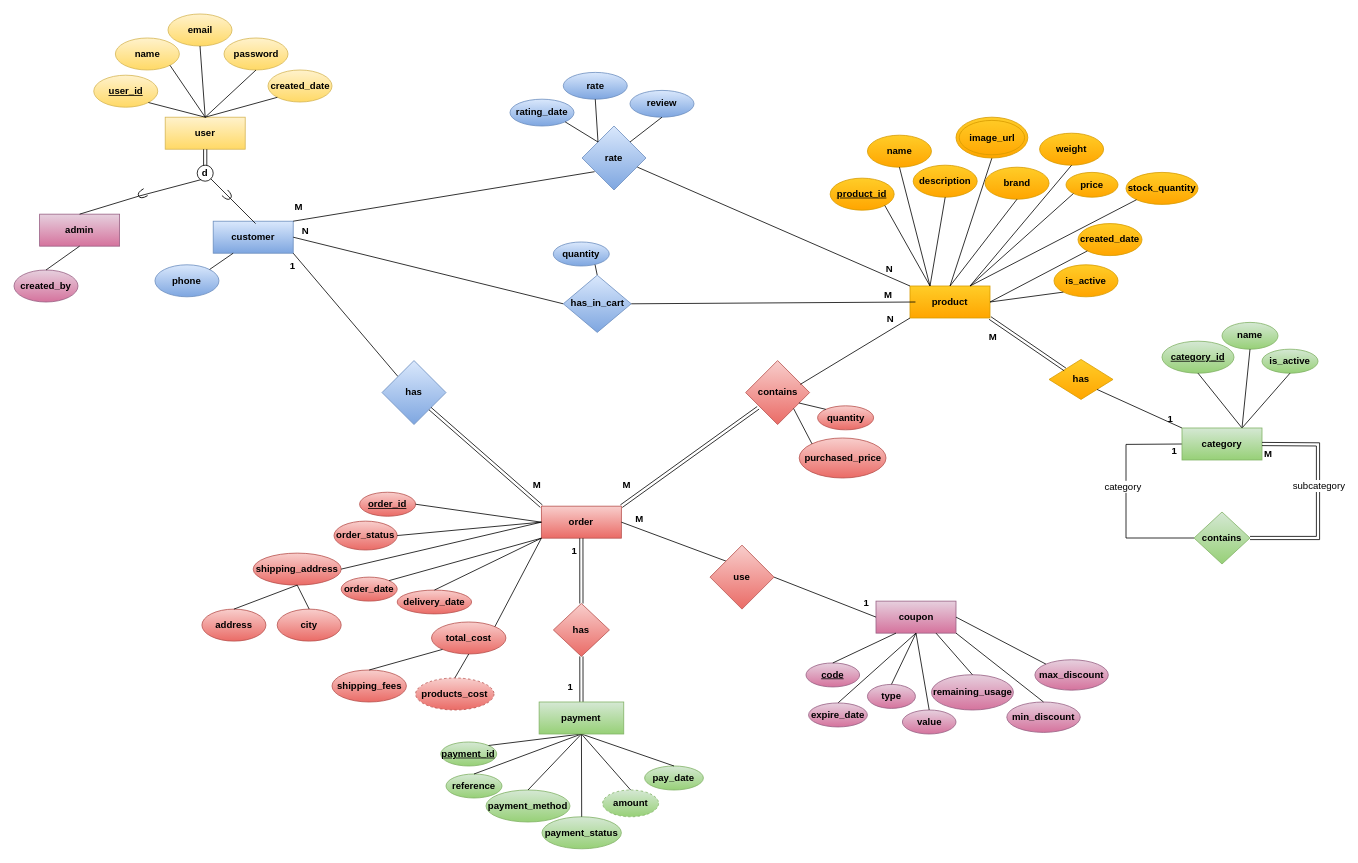
Before: Online Store EERD.drawio in KerollosRady/Online-Store-Database, a draw.io diagram. Source tidied: cells renumbered, new cells numbered last; positions are measured from the earlier drawing's top-left corner, leaving out a move shared by most shapes. Both pictures are drawn from the tidied source at 80%, with x=0, y=0 at pixel (14, 14).
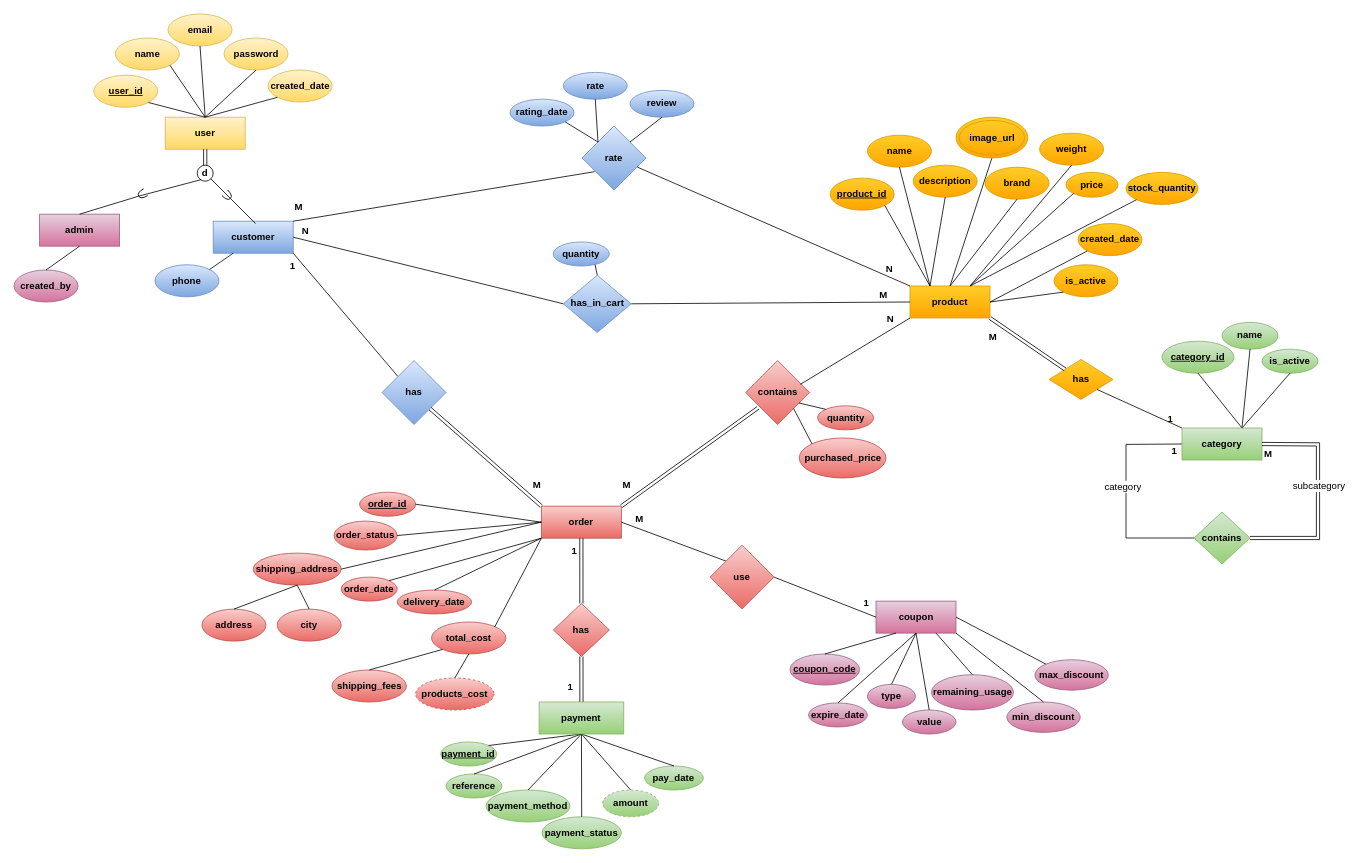
The same page after the edit.

Unchanged cells that the change refers to:
```xml
<mxCell id="11" value="product" style="rounded=0;whiteSpace=wrap;html=1;fontStyle=1;fillColor=#ffcd28;strokeColor=#d79b00;gradientColor=#ffa500;" parent="1" vertex="1">
  <mxGeometry x="1120" y="340" width="100" height="40" as="geometry" />
</mxCell>
<mxCell id="153" value="has_in_cart" style="rhombus;whiteSpace=wrap;html=1;fontStyle=1;fillColor=#dae8fc;gradientColor=#7ea6e0;strokeColor=#6c8ebf;" parent="1" vertex="1">
  <mxGeometry x="686.6" y="326.5" width="84.9" height="71.5" as="geometry" />
</mxCell>
```

Change to the diagram source:
```diff
@@
-    <mxCell id="36" style="endArrow=none;html=1;rounded=0;exitX=1;exitY=0.5;exitDx=0;exitDy=0;entryX=0;entryY=0.5;entryDx=0;entryDy=0;fontStyle=1;" parent="1" edge="1" source="153">
-      <mxGeometry relative="1" as="geometry">
-        <mxPoint x="1126.8" y="360" as="targetPoint" />
-      </mxGeometry>
+    <mxCell id="36" style="endArrow=none;html=1;rounded=0;exitX=1;exitY=0.5;exitDx=0;exitDy=0;fontStyle=1;entryX=0;entryY=0.5;entryDx=0;entryDy=0;" parent="1" edge="1" source="153" target="11">
+      <mxGeometry relative="1" as="geometry" />
     </mxCell>
@@
-    <mxCell id="103" value="&lt;u&gt;code&lt;/u&gt;" style="ellipse;whiteSpace=wrap;html=1;fontStyle=1;fillColor=#e6d0de;gradientColor=#d5739d;strokeColor=#996185;" parent="1" vertex="1">
-      <mxGeometry x="990" y="811.2" width="67" height="30" as="geometry" />
+    <mxCell id="103" value="&lt;u&gt;coupon_code&lt;/u&gt;" style="ellipse;whiteSpace=wrap;html=1;fontStyle=1;fillColor=#e6d0de;gradientColor=#d5739d;strokeColor=#996185;" parent="1" vertex="1">
+      <mxGeometry x="970" y="800" width="87" height="38.8" as="geometry" />
     </mxCell>
```
